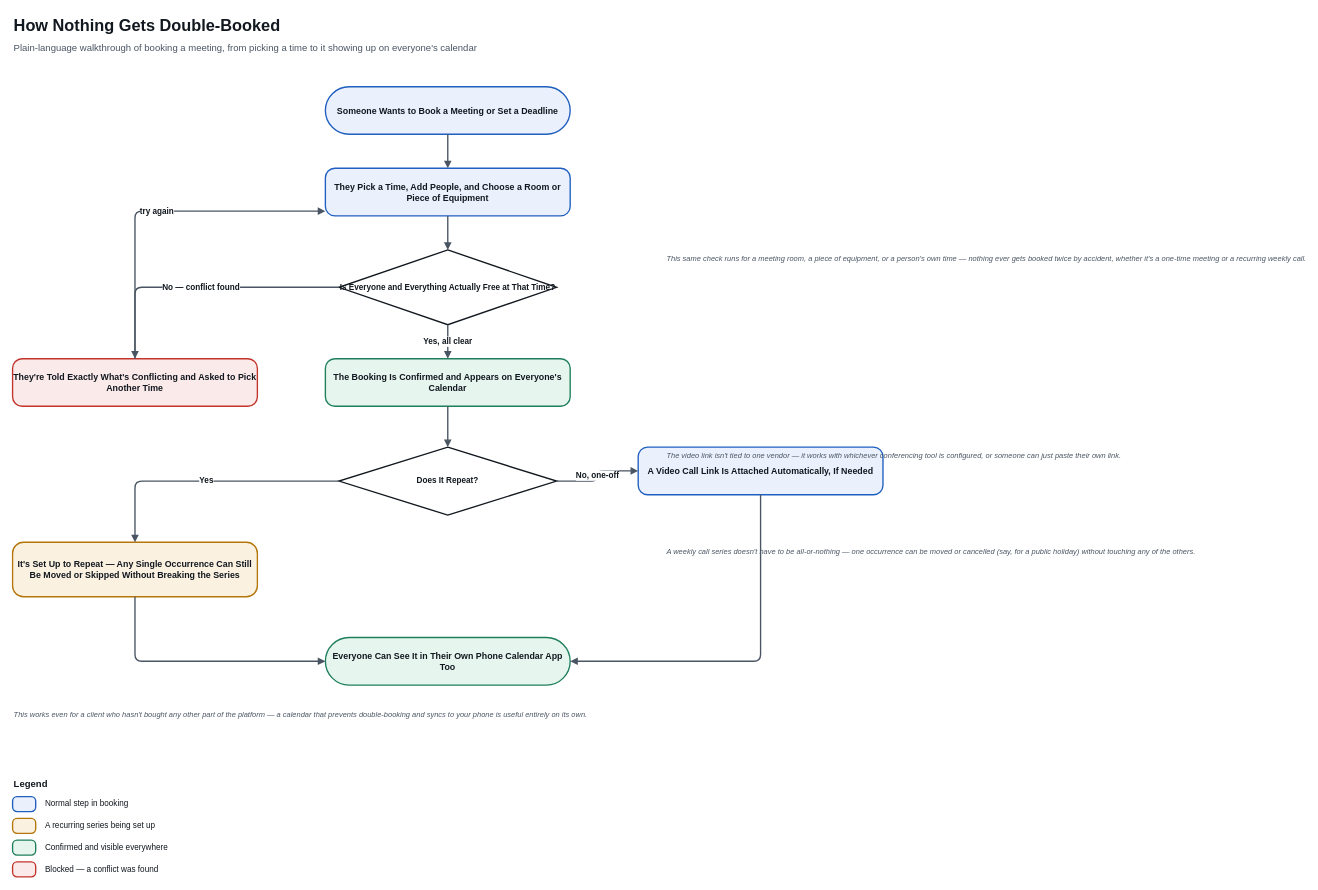
Earlier version of the draw.io diagram app/Modules/Schedule/SCHEDULE_FLOW.drawio (andrych17/qualiv_project). Source tidied: cells renumbered, new cells numbered last; positions are measured from the earlier drawing's top-left corner, leaving out a move shared by most shapes. Both pictures are drawn from the tidied source at 68%, with x=0, y=0 at pixel (12, 12).
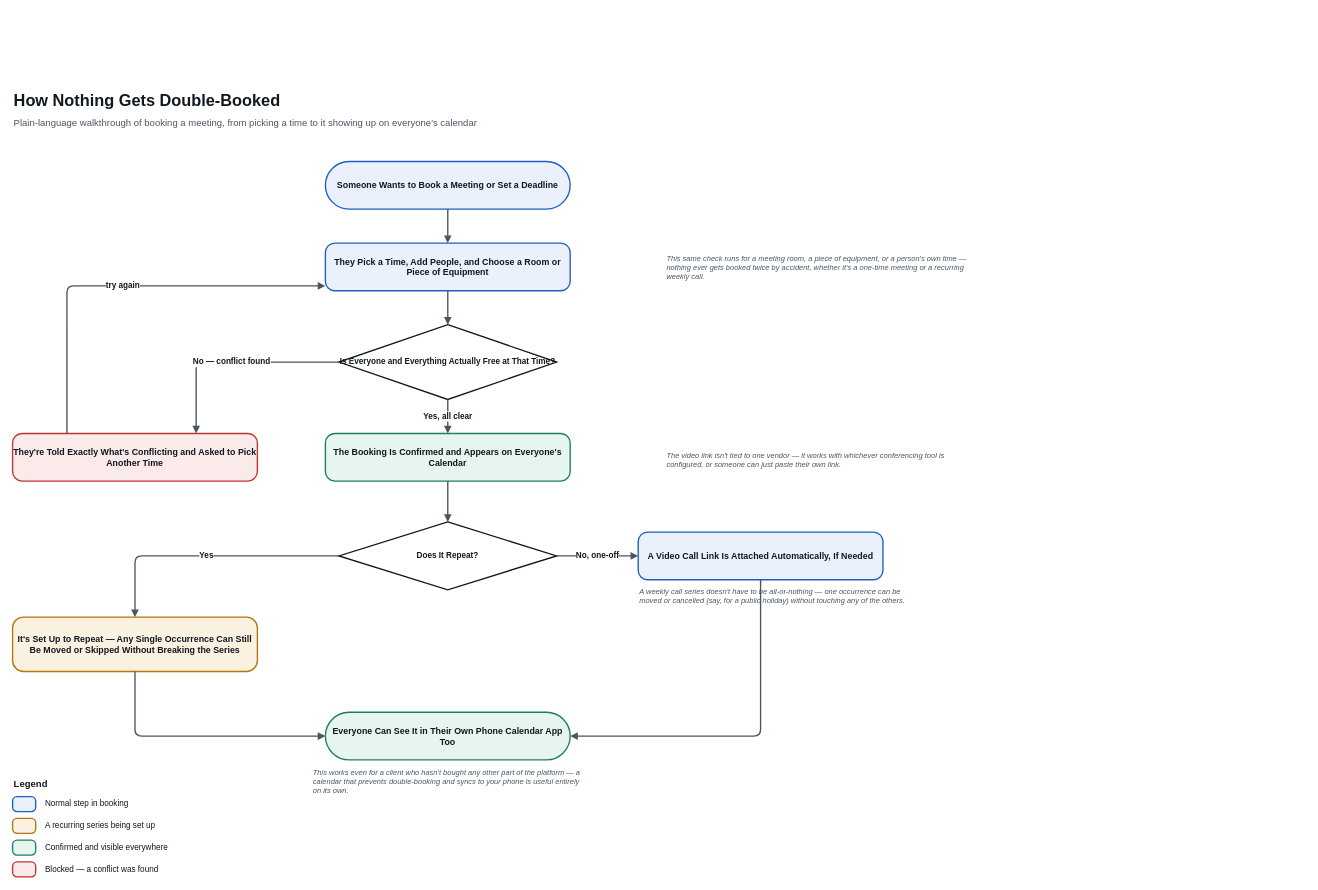
The same diagram, later.

The edit, as a diff of the source:
```diff
@@
     <mxCell id="2" value="How Nothing Gets Double-Booked" style="text;html=1;fontSize=24;fontStyle=1;fontColor=#12181F;align=left;" parent="1" vertex="1">
-      <mxGeometry width="1000" height="36" as="geometry" />
+      <mxGeometry y="110" width="1000" height="36" as="geometry" />
     </mxCell>
     <mxCell id="3" value="Plain-language walkthrough of booking a meeting, from picking a time to it showing up on everyone's calendar" style="text;html=1;fontSize=14;fontColor=#4A5563;align=left;" parent="1" vertex="1">
-      <mxGeometry y="38" width="1000" height="24" as="geometry" />
+      <mxGeometry y="148" width="1000" height="24" as="geometry" />
     </mxCell>
     <mxCell id="4" value="Someone Wants to Book a Meeting or Set a Deadline" style="rounded=1;arcSize=50;whiteSpace=wrap;html=1;fillColor=#EAF1FC;strokeColor=#1F5FBF;strokeWidth=2;fontSize=13;fontStyle=1;fontColor=#12181F;" parent="1" vertex="1">
-      <mxGeometry x="460" y="110" width="360" height="70" as="geometry" />
+      <mxGeometry x="460" y="220" width="360" height="70" as="geometry" />
     </mxCell>
     <mxCell id="5" value="They Pick a Time, Add People, and Choose a Room or Piece of Equipment" style="rounded=1;arcSize=20;whiteSpace=wrap;html=1;fillColor=#EAF1FC;strokeColor=#1F5FBF;strokeWidth=2;fontSize=13;fontStyle=1;fontColor=#12181F;" parent="1" vertex="1">
-      <mxGeometry x="460" y="230" width="360" height="70" as="geometry" />
+      <mxGeometry x="460" y="340" width="360" height="70" as="geometry" />
     </mxCell>
     <mxCell id="6" value="Is Everyone and Everything Actually Free at That Time?" style="rhombus;whiteSpace=wrap;html=1;fillColor=#FFFFFF;strokeColor=#12181F;strokeWidth=2;fontSize=12;fontStyle=1;fontColor=#12181F;" parent="1" vertex="1">
-      <mxGeometry x="480" y="350" width="320" height="110" as="geometry" />
+      <mxGeometry x="480" y="460" width="320" height="110" as="geometry" />
     </mxCell>
     <mxCell id="7" value="They're Told Exactly What's Conflicting and Asked to Pick Another Time" style="rounded=1;arcSize=20;whiteSpace=wrap;html=1;fillColor=#FBEAEA;strokeColor=#C1332B;strokeWidth=2;fontSize=13;fontStyle=1;fontColor=#12181F;" parent="1" vertex="1">
-      <mxGeometry y="510" width="360" height="70" as="geometry" />
+      <mxGeometry y="620" width="360" height="70" as="geometry" />
     </mxCell>
     <mxCell id="8" value="The Booking Is Confirmed and Appears on Everyone's Calendar" style="rounded=1;arcSize=20;whiteSpace=wrap;html=1;fillColor=#E7F5EF;strokeColor=#1E7F5C;strokeWidth=2;fontSize=13;fontStyle=1;fontColor=#12181F;" parent="1" vertex="1">
-      <mxGeometry x="460" y="510" width="360" height="70" as="geometry" />
+      <mxGeometry x="460" y="620" width="360" height="70" as="geometry" />
     </mxCell>
     <mxCell id="9" value="Does It Repeat?" style="rhombus;whiteSpace=wrap;html=1;fillColor=#FFFFFF;strokeColor=#12181F;strokeWidth=2;fontSize=12;fontStyle=1;fontColor=#12181F;" parent="1" vertex="1">
-      <mxGeometry x="480" y="640" width="320" height="100" as="geometry" />
+      <mxGeometry x="480" y="750" width="320" height="100" as="geometry" />
     </mxCell>
     <mxCell id="10" value="It's Set Up to Repeat — Any Single Occurrence Can Still Be Moved or Skipped Without Breaking the Series" style="rounded=1;arcSize=20;whiteSpace=wrap;html=1;fillColor=#FBF1E1;strokeColor=#B5760A;strokeWidth=2;fontSize=13;fontStyle=1;fontColor=#12181F;" parent="1" vertex="1">
-      <mxGeometry y="780" width="360" height="80" as="geometry" />
+      <mxGeometry y="890" width="360" height="80" as="geometry" />
     </mxCell>
     <mxCell id="11" value="A Video Call Link Is Attached Automatically, If Needed" style="rounded=1;arcSize=20;whiteSpace=wrap;html=1;fillColor=#EAF1FC;strokeColor=#1F5FBF;strokeWidth=2;fontSize=13;fontStyle=1;fontColor=#12181F;" parent="1" vertex="1">
-      <mxGeometry x="920" y="640" width="360" height="70" as="geometry" />
+      <mxGeometry x="920" y="765" width="360" height="70" as="geometry" />
     </mxCell>
     <mxCell id="12" value="Everyone Can See It in Their Own Phone Calendar App Too" style="rounded=1;arcSize=50;whiteSpace=wrap;html=1;fillColor=#E7F5EF;strokeColor=#1E7F5C;strokeWidth=2;fontSize=13;fontStyle=1;fontColor=#12181F;" parent="1" vertex="1">
-      <mxGeometry x="460" y="920" width="360" height="70" as="geometry" />
+      <mxGeometry x="460" y="1030" width="360" height="70" as="geometry" />
     </mxCell>
@@
-    <mxCell id="15" value="No — conflict found" style="edgeStyle=orthogonalEdgeStyle;rounded=1;html=1;endArrow=block;endFill=1;strokeColor=#4A5563;strokeWidth=2;fontSize=12;fontStyle=1;fontColor=#12181F;labelBackgroundColor=#FFFFFF;exitX=0;exitY=0.5;exitDx=0;exitDy=0;" parent="1" edge="1" source="6" target="7">
+    <mxCell id="15" value="No — conflict found" style="edgeStyle=orthogonalEdgeStyle;rounded=1;html=1;endArrow=block;endFill=1;strokeColor=#4A5563;strokeWidth=2;fontSize=12;fontStyle=1;fontColor=#12181F;labelBackgroundColor=#FFFFFF;exitX=0;exitY=0.5;exitDx=0;exitDy=0;entryX=0.75;entryY=0;entryDx=0;entryDy=0;" parent="1" edge="1" source="6" target="7">
       <mxGeometry relative="1" as="geometry" />
     </mxCell>
@@
-    <mxCell id="17" value="try again" style="edgeStyle=orthogonalEdgeStyle;rounded=1;html=1;endArrow=block;endFill=1;strokeColor=#4A5563;strokeWidth=2;fontSize=12;fontStyle=1;fontColor=#12181F;labelBackgroundColor=#FFFFFF;exitX=0.5;exitY=0;exitDx=0;exitDy=0;entryX=0;entryY=0.9;entryDx=0;entryDy=0;" parent="1" edge="1" source="7" target="5">
+    <mxCell id="17" value="try again" style="edgeStyle=orthogonalEdgeStyle;rounded=1;html=1;endArrow=block;endFill=1;strokeColor=#4A5563;strokeWidth=2;fontSize=12;fontStyle=1;fontColor=#12181F;labelBackgroundColor=#FFFFFF;exitX=0.222;exitY=0;exitDx=0;exitDy=0;entryX=0;entryY=0.9;entryDx=0;entryDy=0;exitPerimeter=0;" parent="1" edge="1" source="7" target="5">
       <mxGeometry relative="1" as="geometry" />
     </mxCell>
@@
-    <mxCell id="23" value="This same check runs for a meeting room, a piece of equipment, or a person's own time — nothing ever gets booked twice by accident, whether it's a one-time meeting or a recurring weekly call." style="text;html=1;fontSize=11;fontColor=#4A5563;fontStyle=2;align=left;verticalAlign=top;" parent="1" vertex="1">
+    <mxCell id="23" value="This same check runs for a meeting room, a piece of equipment, or a person's own time — nothing ever gets booked twice by accident, whether it's a one-time meeting or a recurring weekly call." style="text;html=1;fontSize=11;fontColor=#4A5563;fontStyle=2;align=left;verticalAlign=top;whiteSpace=wrap;" parent="1" vertex="1">
       <mxGeometry x="960" y="350" width="460" height="90" as="geometry" />
     </mxCell>
-    <mxCell id="24" value="A weekly call series doesn't have to be all-or-nothing — one occurrence can be moved or cancelled (say, for a public holiday) without touching any of the others." style="text;html=1;fontSize=11;fontColor=#4A5563;fontStyle=2;align=left;verticalAlign=top;" parent="1" vertex="1">
-      <mxGeometry x="960" y="780" width="460" height="80" as="geometry" />
+    <mxCell id="24" value="A weekly call series doesn't have to be all-or-nothing — one occurrence can be moved or cancelled (say, for a public holiday) without touching any of the others." style="text;html=1;fontSize=11;fontColor=#4A5563;fontStyle=2;align=left;verticalAlign=top;whiteSpace=wrap;" parent="1" vertex="1">
+      <mxGeometry x="920" y="840" width="400" height="80" as="geometry" />
     </mxCell>
-    <mxCell id="25" value="The video link isn't tied to one vendor — it works with whichever conferencing tool is configured, or someone can just paste their own link." style="text;html=1;fontSize=11;fontColor=#4A5563;fontStyle=2;align=left;verticalAlign=top;" parent="1" vertex="1">
+    <mxCell id="25" value="The video link isn't tied to one vendor — it works with whichever conferencing tool is configured, or someone can just paste their own link." style="text;html=1;fontSize=11;fontColor=#4A5563;fontStyle=2;align=left;verticalAlign=top;whiteSpace=wrap;" parent="1" vertex="1">
       <mxGeometry x="960" y="640" width="460" height="60" as="geometry" />
     </mxCell>
-    <mxCell id="26" value="This works even for a client who hasn't bought any other part of the platform — a calendar that prevents double-booking and syncs to your phone is useful entirely on its own." style="text;html=1;fontSize=11;fontColor=#4A5563;fontStyle=2;align=left;verticalAlign=top;" parent="1" vertex="1">
-      <mxGeometry y="1020" width="700" height="70" as="geometry" />
+    <mxCell id="26" value="This works even for a client who hasn't bought any other part of the platform — a calendar that prevents double-booking and syncs to your phone is useful entirely on its own." style="text;html=1;fontSize=11;fontColor=#4A5563;fontStyle=2;align=left;verticalAlign=top;whiteSpace=wrap;" parent="1" vertex="1">
+      <mxGeometry x="440" y="1106" width="400" height="70" as="geometry" />
     </mxCell>
```
